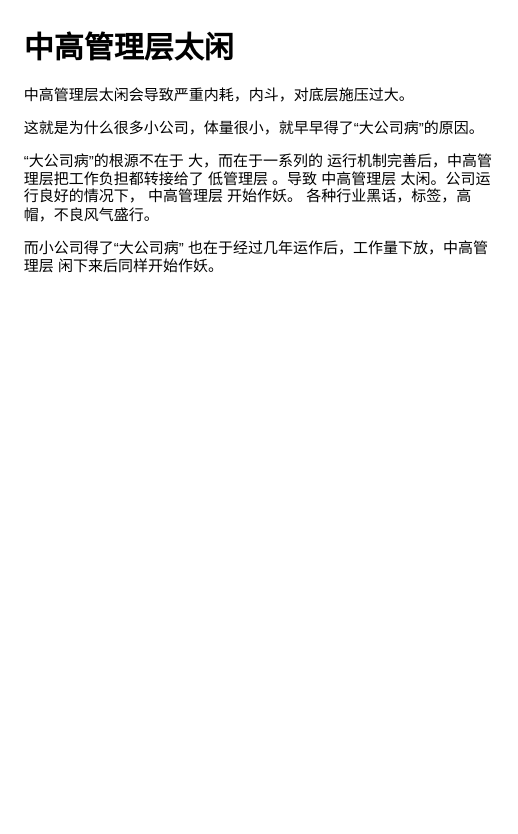
Above: drawio/企业管理内部问题.drawio in chaosannals/zany (draw.io), before the change. Source tidied: cells renumbered, new cells numbered last; positions are measured from the earlier drawing's top-left corner, leaving out a move shared by most shapes. Both pictures are drawn from the tidied source at 125%, with x=0, y=0 at pixel (21, 21).
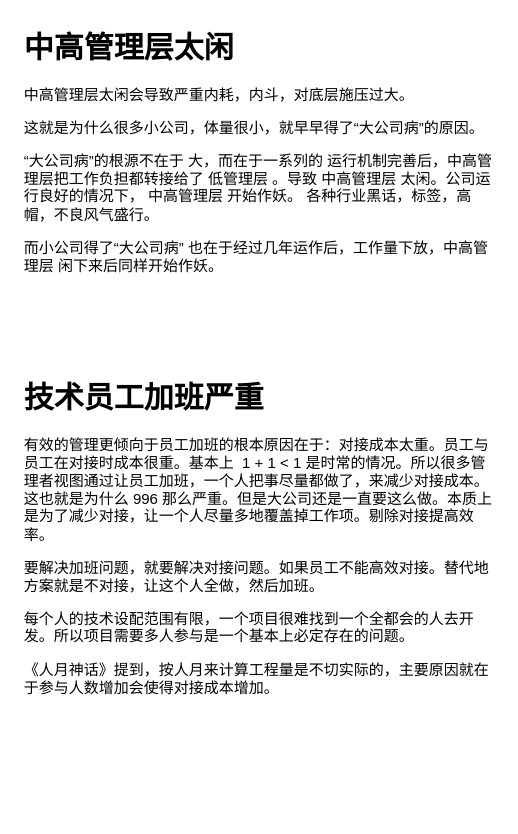
Above is the later version.

The edit, as a diff of the source:
```diff
@@
 <mxGraphModel>
   <root>
     <mxCell id="0" />
     <mxCell id="1" parent="0" />
     <mxCell id="2" value="&lt;h1 style=&quot;margin-top: 0px;&quot;&gt;中高管理层太闲&lt;/h1&gt;&lt;p&gt;中高管理层太闲会导致严重内耗，内斗，对底层施压过大。&lt;/p&gt;&lt;p&gt;这就是为什么很多小公司，体量很小，就早早得了“大公司病”的原因。&lt;/p&gt;&lt;p&gt;“大公司病”的根源不在于 大，而在于一系列的 运行机制完善后，中高管理层把工作负担都转接给了 低管理层 。导致 中高管理层 太闲。公司运行良好的情况下， 中高管理层 开始作妖。 各种行业黑话，标签，高帽，不良风气盛行。&lt;/p&gt;&lt;p&gt;而小公司得了“大公司病” 也在于经过几年运作后，工作量下放，中高管理层 闲下来后同样开始作妖。&lt;/p&gt;&lt;p&gt;&lt;br&gt;&lt;/p&gt;" style="text;html=1;whiteSpace=wrap;overflow=hidden;rounded=0;" parent="1" vertex="1">
       <mxGeometry width="380" height="300" as="geometry" />
     </mxCell>
+    <mxCell id="3" value="&lt;h1 style=&quot;margin-top: 0px;&quot;&gt;技术员工加班严重&lt;/h1&gt;&lt;p&gt;有效的管理更倾向于员工加班的根本原因在于：对接成本太重。员工与员工在对接时成本很重。基本上&amp;nbsp; 1 + 1 &amp;lt; 1 是时常的情况。所以很多管理者视图通过让员工加班，一个人把事尽量都做了，来减少对接成本。这也就是为什么 996 那么严重。但是大公司还是一直要这么做。本质上是为了减少对接，让一个人尽量多地覆盖掉工作项。剔除对接提高效率。&lt;/p&gt;&lt;p&gt;要解决加班问题，就要解决对接问题。如果员工不能高效对接。替代地方案就是不对接，让这个人全做，然后加班。&lt;/p&gt;&lt;p&gt;每个人的技术设配范围有限，一个项目很难找到一个全都会的人去开发。所以项目需要多人参与是一个基本上必定存在的问题。&lt;/p&gt;&lt;p&gt;《人月神话》提到，按人月来计算工程量是不切实际的，主要原因就在于参与人数增加会使得对接成本增加。&lt;/p&gt;" style="text;html=1;whiteSpace=wrap;overflow=hidden;rounded=0;" parent="1" vertex="1">
+      <mxGeometry y="280" width="380" height="350" as="geometry" />
+    </mxCell>
   </root>
 </mxGraphModel>
```
